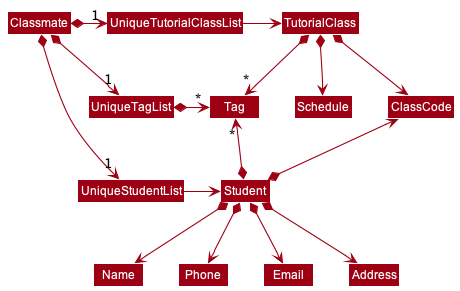
nus-cs2103-AY2122S1/tp keeps this PlantUML diagram as docs/images/BetterModelClassDiagram.png. Above is the earlier version.
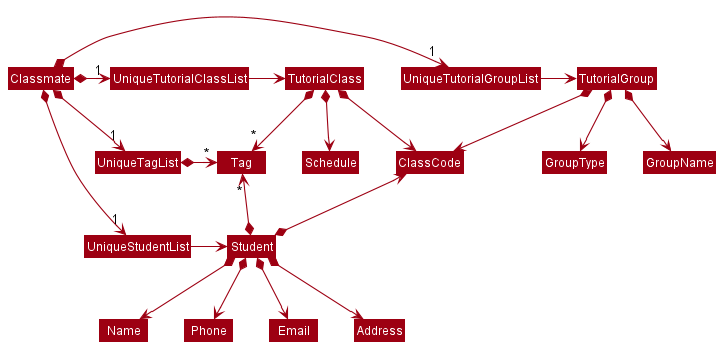
The same diagram one commit later.

Commit message:
Add TutorialGroup to BetterModelClassDiagram

Diff of the diagram source:
```diff
@@ -4,6 +4,7 @@
 skinparam arrowColor MODEL_COLOR
 skinparam classBackgroundColor MODEL_COLOR
 
+Classmate *-right-> "1" UniqueTutorialGroupList
 Classmate *-right-> "1" UniqueTutorialClassList
 Classmate *-right-> "1" UniqueStudentList
 Classmate *-right-> "1" UniqueTagList
@@ -14,7 +15,11 @@
 UniqueTutorialClassList -right-> TutorialClass
 UniqueTagList *-right-> "*" Tag
 UniqueStudentList -right-> Student
+UniqueTutorialGroupList -right-> TutorialGroup
 
+TutorialGroup *-down-> GroupName
+TutorialGroup *-down-> ClassCode
+TutorialGroup *-down-> GroupType
 TutorialClass *-down-> ClassCode
 TutorialClass *-down-> "*" Tag
 Student *-up-> ClassCode
```
